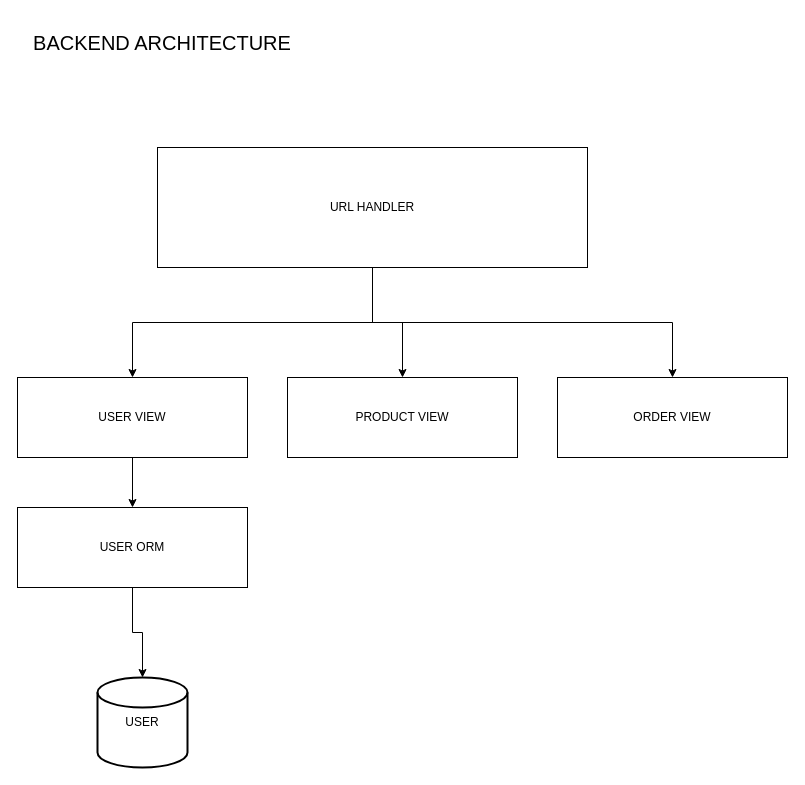
Above: backend/Untitled Diagram.drawio in Badan-Intelektual-Berbasis-Data/WaregStore (draw.io), before the change. Source tidied: cells renumbered, new cells numbered last; positions are measured from the earlier drawing's top-left corner, leaving out a move shared by most shapes. Both pictures are drawn from the tidied source at 100%, with x=0, y=0 at pixel (17, 17).
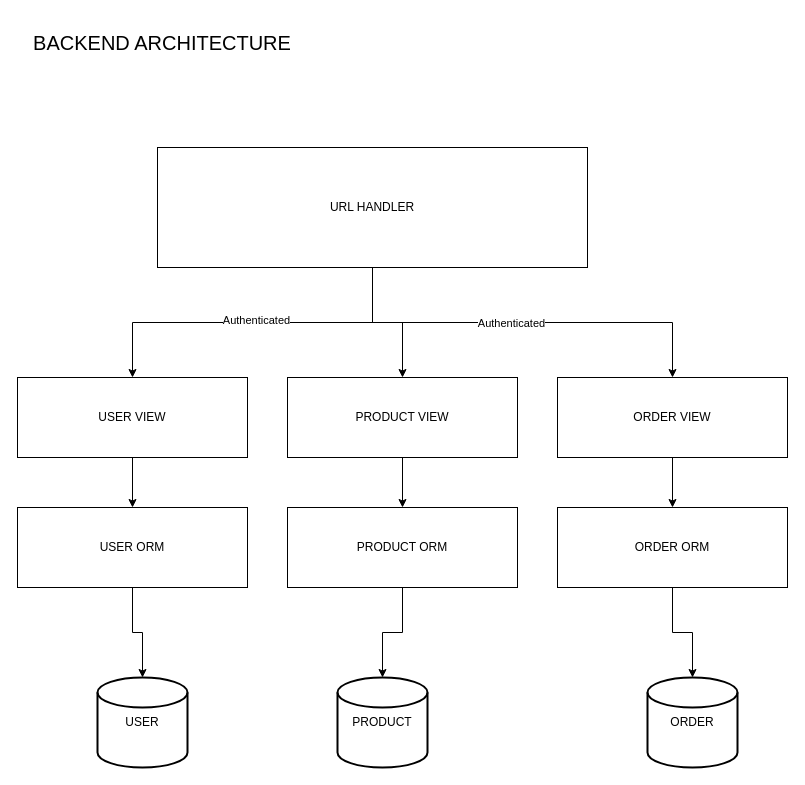
The same page after the edit.

Unchanged cells that the change refers to:
```xml
<mxCell id="3" style="edgeStyle=orthogonalEdgeStyle;rounded=0;jettySize=auto;html=1;entryX=0.5;entryY=0;entryDx=0;entryDy=0;" parent="1" edge="1" source="6" target="8">
  <mxGeometry relative="1" as="geometry" />
</mxCell>
<mxCell id="5" style="edgeStyle=orthogonalEdgeStyle;rounded=0;jettySize=auto;html=1;entryX=0.5;entryY=0;entryDx=0;entryDy=0;" parent="1" edge="1" source="6" target="10">
  <mxGeometry relative="1" as="geometry" />
</mxCell>
<mxCell id="9" value="PRODUCT VIEW" style="rounded=0;whiteSpace=wrap;html=1;" parent="1" vertex="1">
  <mxGeometry x="270" y="360" width="230" height="80" as="geometry" />
</mxCell>
<mxCell id="10" value="ORDER VIEW" style="rounded=0;whiteSpace=wrap;html=1;" parent="1" vertex="1">
  <mxGeometry x="540" y="360" width="230" height="80" as="geometry" />
</mxCell>
```

Change to the diagram source:
```diff
@@
+    <mxCell id="14" value="Authenticated" style="edgeLabel;html=1;align=center;verticalAlign=middle;" parent="3" vertex="1">
+      <mxGeometry x="-0.02" y="-3" relative="1" as="geometry" />
+    </mxCell>
@@
+    <mxCell id="15" value="&lt;div&gt;Authenticated&lt;/div&gt;" style="edgeLabel;html=1;align=center;verticalAlign=middle;" parent="5" vertex="1">
+      <mxGeometry x="-0.06" relative="1" as="geometry" />
+    </mxCell>
@@
+    <mxCell id="16" style="edgeStyle=orthogonalEdgeStyle;rounded=0;jettySize=auto;html=1;" parent="1" edge="1" source="9" target="18">
+      <mxGeometry relative="1" as="geometry" />
+    </mxCell>
@@
+    <mxCell id="17" style="edgeStyle=orthogonalEdgeStyle;rounded=0;jettySize=auto;html=1;entryX=0.5;entryY=0;entryDx=0;entryDy=0;" parent="1" edge="1" source="10" target="19">
+      <mxGeometry relative="1" as="geometry" />
+    </mxCell>
@@
+    <mxCell id="18" value="PRODUCT ORM" style="rounded=0;whiteSpace=wrap;html=1;" parent="1" vertex="1">
+      <mxGeometry x="270" y="490" width="230" height="80" as="geometry" />
+    </mxCell>
+    <mxCell id="19" value="ORDER ORM" style="rounded=0;whiteSpace=wrap;html=1;" parent="1" vertex="1">
+      <mxGeometry x="540" y="490" width="230" height="80" as="geometry" />
+    </mxCell>
+    <mxCell id="20" value="PRODUCT" style="strokeWidth=2;html=1;shape=mxgraph.flowchart.database;whiteSpace=wrap;" parent="1" vertex="1">
+      <mxGeometry x="320" y="660" width="90" height="90" as="geometry" />
+    </mxCell>
+    <mxCell id="21" value="ORDER" style="strokeWidth=2;html=1;shape=mxgraph.flowchart.database;whiteSpace=wrap;" parent="1" vertex="1">
+      <mxGeometry x="630" y="660" width="90" height="90" as="geometry" />
+    </mxCell>
+    <mxCell id="22" style="edgeStyle=orthogonalEdgeStyle;rounded=0;jettySize=auto;html=1;entryX=0.5;entryY=0;entryDx=0;entryDy=0;entryPerimeter=0;" parent="1" edge="1" source="18" target="20">
+      <mxGeometry relative="1" as="geometry" />
+    </mxCell>
+    <mxCell id="23" style="edgeStyle=orthogonalEdgeStyle;rounded=0;jettySize=auto;html=1;entryX=0.5;entryY=0;entryDx=0;entryDy=0;entryPerimeter=0;" parent="1" edge="1" source="19" target="21">
+      <mxGeometry relative="1" as="geometry" />
+    </mxCell>
```
